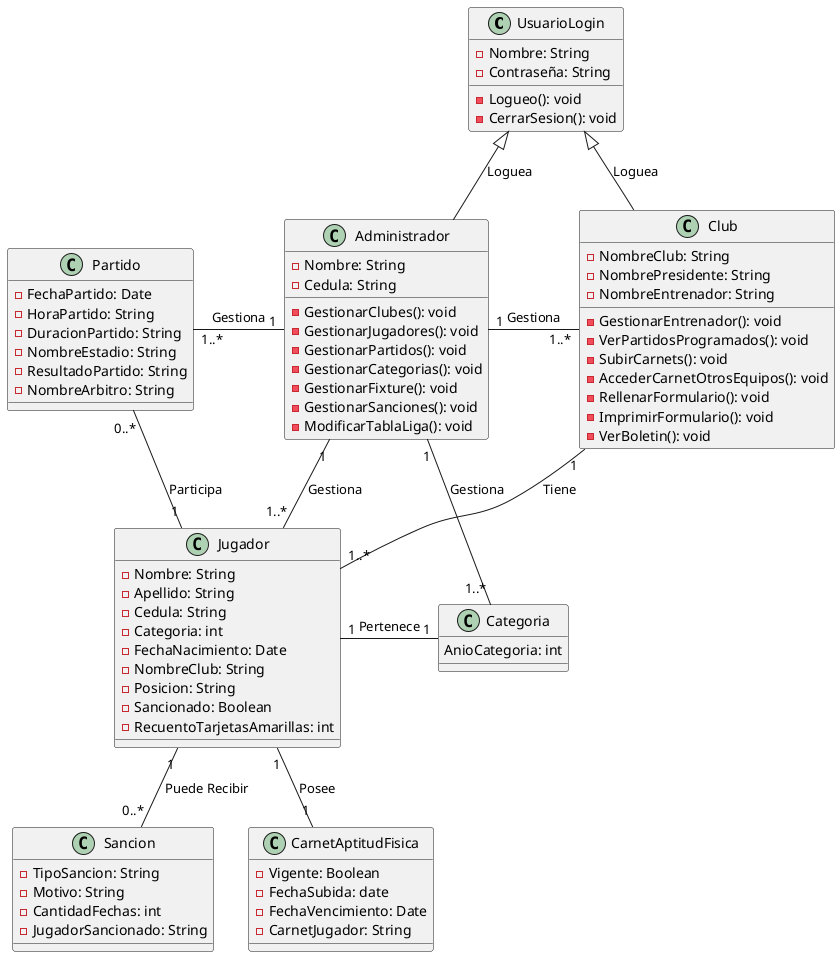
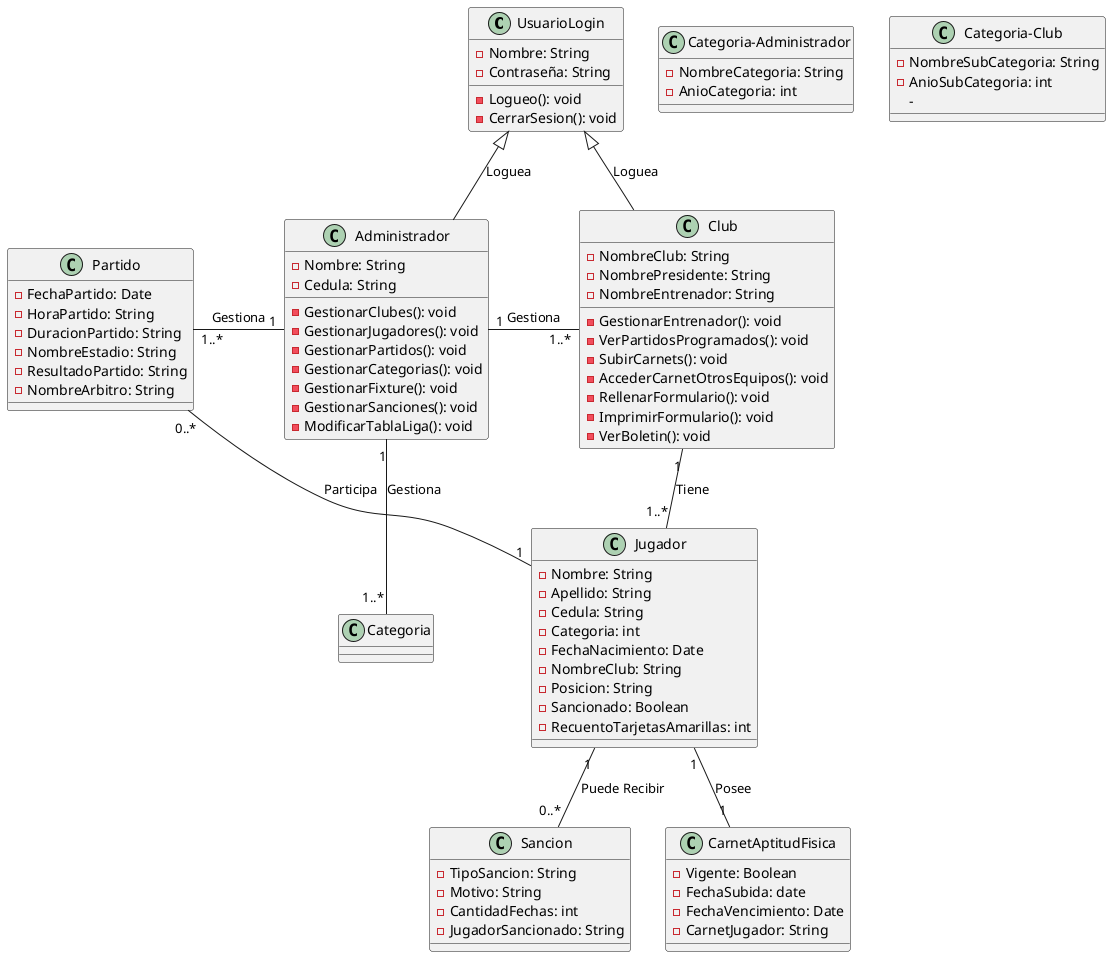
@startuml Final

class UsuarioLogin {
    -Nombre: String
    -Contraseña: String

    -Logueo(): void
    -CerrarSesion(): void

}

class Administrador {
    -Nombre: String
    -Cedula: String

    -GestionarClubes(): void
    -GestionarJugadores(): void
    -GestionarPartidos(): void
    -GestionarCategorias(): void
    -GestionarFixture(): void
    -GestionarSanciones(): void
    -ModificarTablaLiga(): void
}

+ class Categoria-Administrador {
+     -NombreCategoria: String
+     -AnioCategoria: int
+ }
+ 
class Club {
    -NombreClub: String
    -NombrePresidente: String
    -NombreEntrenador: String

    -GestionarEntrenador(): void
    -VerPartidosProgramados(): void
    -SubirCarnets(): void
    -AccederCarnetOtrosEquipos(): void
    -RellenarFormulario(): void
    -ImprimirFormulario(): void
    -VerBoletin(): void
}

+ class Categoria-Club {
+     -NombreSubCategoria: String
+     -AnioSubCategoria: int
+     -
+ }
+ 
class Jugador {
    -Nombre: String
    -Apellido: String
    -Cedula: String
    -Categoria: int
    -FechaNacimiento: Date
    -NombreClub: String
    -Posicion: String
    -Sancionado: Boolean
    -RecuentoTarjetasAmarillas: int
- }
- 
- class Categoria {
-     AnioCategoria: int
}

class Partido {
    -FechaPartido: Date
    -HoraPartido: String
    -DuracionPartido: String
    -NombreEstadio: String
    -ResultadoPartido: String
    -NombreArbitro: String
}

class Sancion {
    -TipoSancion: String
    -Motivo: String
    -CantidadFechas: int
    -JugadorSancionado: String
}

class CarnetAptitudFisica {
    -Vigente: Boolean
    -FechaSubida: date
    -FechaVencimiento: Date
    -CarnetJugador: String
}

UsuarioLogin <|-- Administrador: Loguea
UsuarioLogin <|-- Club: Loguea

Administrador "1" -right- "1..*" Club: Gestiona
Administrador "1" -left- "1..*" Partido: Gestiona
- Administrador "1" -- "1..*" Jugador: Gestiona
Administrador "1" -- "1..*" Categoria: Gestiona

Club "1" -down- "1..*" Jugador: Tiene

- Jugador "1" -right- "1" Categoria: Pertenece
Jugador "1" -down- "0..*" Sancion: Puede Recibir
Jugador "1" -down- "1" CarnetAptitudFisica: Posee
Jugador "1" -left- "0..*" Partido: Participa
@enduml